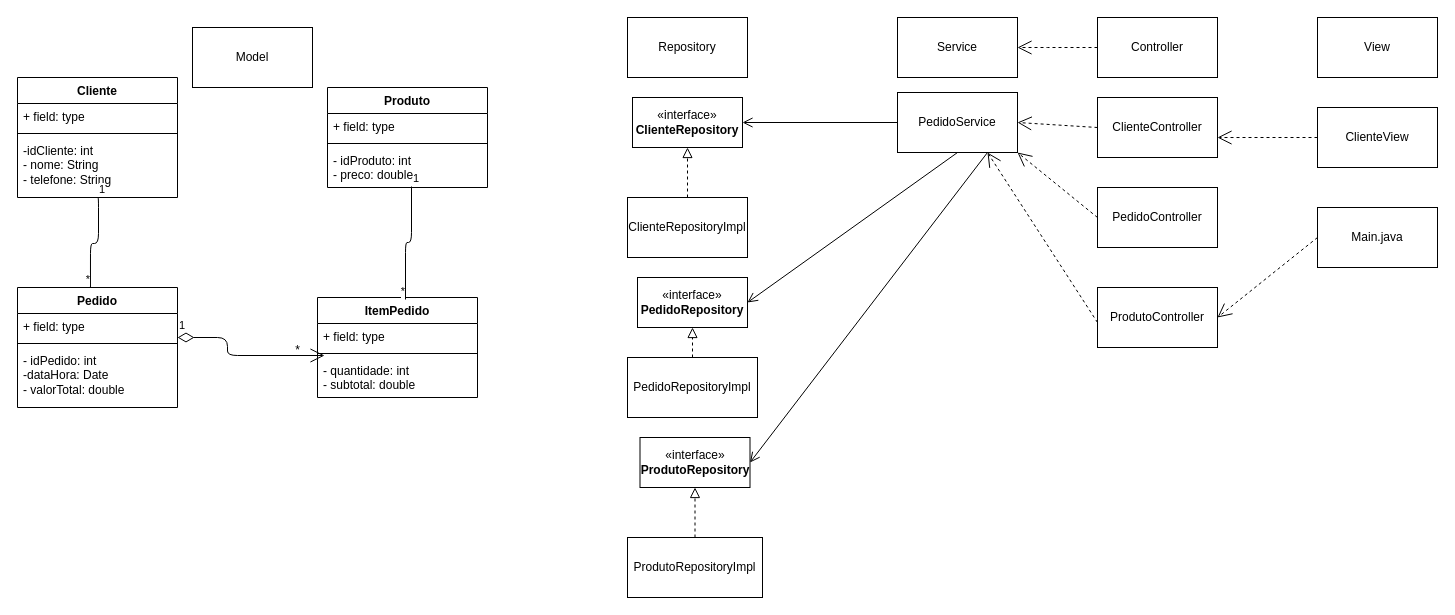
This is target/classes/com/tecdes/pedido/model/LanchoneteDiagrama.drawio from LeonardoDS23/gestor-pedidos-solid-arquivo, a draw.io file, before an edit. Source tidied: cells renumbered, new cells numbered last; positions are measured from the earlier drawing's top-left corner, leaving out a move shared by most shapes. Both pictures are drawn from the tidied source at 100%, with x=0, y=0 at pixel (17, 17).
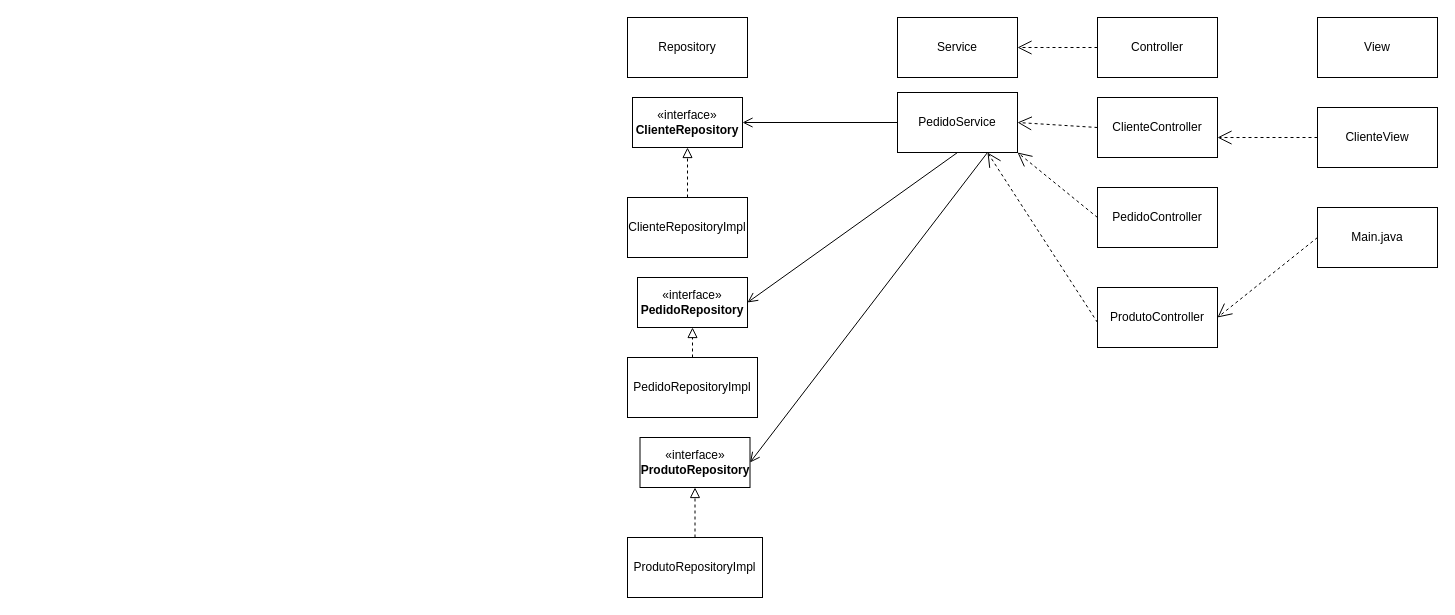
Above is the later version.

Commit message (it also covers changes not shown here):
iniciando o diagrama de caso de uso

The edit, as a diff of the source:
```diff
@@
-    <mxCell id="6" value="Model" style="rounded=0;whiteSpace=wrap;html=1;" parent="1" vertex="1">
-      <mxGeometry x="175" y="10" width="120" height="60" as="geometry" />
-    </mxCell>
-    <mxCell id="7" value="Cliente" style="swimlane;fontStyle=1;align=center;verticalAlign=top;horizontal=1;startSize=26;whiteSpace=wrap;html=1;" parent="1" vertex="1">
-      <mxGeometry y="60" width="160" height="120" as="geometry" />
-    </mxCell>
-    <mxCell id="8" value="+ field: type" style="text;strokeColor=none;fillColor=none;align=left;verticalAlign=top;spacingLeft=4;spacingRight=4;overflow=hidden;whiteSpace=wrap;html=1;" parent="7" vertex="1">
-      <mxGeometry y="26" width="160" height="26" as="geometry" />
-    </mxCell>
-    <mxCell id="9" style="line;strokeWidth=1;fillColor=none;align=left;verticalAlign=middle;spacingTop=-1;spacingLeft=3;spacingRight=3;labelPosition=right;strokeColor=inherit;" parent="7" vertex="1">
-      <mxGeometry y="52" width="160" height="8" as="geometry" />
-    </mxCell>
-    <mxCell id="10" value="-idCliente: int&lt;div&gt;- nome: String&lt;/div&gt;&lt;div&gt;- telefone: String&lt;/div&gt;" style="text;strokeColor=none;fillColor=none;align=left;verticalAlign=top;spacingLeft=4;spacingRight=4;overflow=hidden;whiteSpace=wrap;html=1;" parent="7" vertex="1">
-      <mxGeometry y="60" width="160" height="60" as="geometry" />
-    </mxCell>
-    <mxCell id="11" value="Produto" style="swimlane;fontStyle=1;align=center;verticalAlign=top;horizontal=1;startSize=26;whiteSpace=wrap;html=1;" parent="1" vertex="1">
-      <mxGeometry x="310" y="70" width="160" height="100" as="geometry" />
-    </mxCell>
-    <mxCell id="12" value="+ field: type" style="text;strokeColor=none;fillColor=none;align=left;verticalAlign=top;spacingLeft=4;spacingRight=4;overflow=hidden;whiteSpace=wrap;html=1;" parent="11" vertex="1">
-      <mxGeometry y="26" width="160" height="26" as="geometry" />
-    </mxCell>
-    <mxCell id="13" style="line;strokeWidth=1;fillColor=none;align=left;verticalAlign=middle;spacingTop=-1;spacingLeft=3;spacingRight=3;labelPosition=right;strokeColor=inherit;" parent="11" vertex="1">
-      <mxGeometry y="52" width="160" height="8" as="geometry" />
-    </mxCell>
-    <mxCell id="14" value="- idProduto: int&lt;div&gt;- preco: double&lt;/div&gt;" style="text;strokeColor=none;fillColor=none;align=left;verticalAlign=top;spacingLeft=4;spacingRight=4;overflow=hidden;points=[[0,0.5],[1,0.5]];portConstraint=eastwest;whiteSpace=wrap;html=1;" parent="11" vertex="1">
-      <mxGeometry y="60" width="160" height="40" as="geometry" />
-    </mxCell>
-    <mxCell id="15" value="Pedido" style="swimlane;fontStyle=1;align=center;verticalAlign=top;horizontal=1;startSize=26;whiteSpace=wrap;html=1;" parent="1" vertex="1">
-      <mxGeometry y="270" width="160" height="120" as="geometry" />
-    </mxCell>
-    <mxCell id="16" value="+ field: type" style="text;strokeColor=none;fillColor=none;align=left;verticalAlign=top;spacingLeft=4;spacingRight=4;overflow=hidden;whiteSpace=wrap;html=1;" parent="15" vertex="1">
-      <mxGeometry y="26" width="160" height="26" as="geometry" />
-    </mxCell>
-    <mxCell id="17" style="line;strokeWidth=1;fillColor=none;align=left;verticalAlign=middle;spacingTop=-1;spacingLeft=3;spacingRight=3;labelPosition=right;strokeColor=inherit;" parent="15" vertex="1">
-      <mxGeometry y="52" width="160" height="8" as="geometry" />
-    </mxCell>
-    <mxCell id="18" value="- idPedido: int&lt;div&gt;-dataHora: Date&lt;/div&gt;&lt;div&gt;- valorTotal: double&lt;/div&gt;" style="text;strokeColor=none;fillColor=none;align=left;verticalAlign=top;spacingLeft=4;spacingRight=4;overflow=hidden;whiteSpace=wrap;html=1;" parent="15" vertex="1">
-      <mxGeometry y="60" width="160" height="60" as="geometry" />
-    </mxCell>
-    <mxCell id="19" value="ItemPedido" style="swimlane;fontStyle=1;align=center;verticalAlign=top;horizontal=1;startSize=26;whiteSpace=wrap;html=1;" parent="1" vertex="1">
-      <mxGeometry x="300" y="280" width="160" height="100" as="geometry" />
-    </mxCell>
-    <mxCell id="20" value="+ field: type" style="text;strokeColor=none;fillColor=none;align=left;verticalAlign=top;spacingLeft=4;spacingRight=4;overflow=hidden;whiteSpace=wrap;html=1;" parent="19" vertex="1">
-      <mxGeometry y="26" width="160" height="26" as="geometry" />
-    </mxCell>
-    <mxCell id="21" style="line;strokeWidth=1;fillColor=none;align=left;verticalAlign=middle;spacingTop=-1;spacingLeft=3;spacingRight=3;labelPosition=right;points=[];portConstraint=eastwest;strokeColor=inherit;" parent="19" vertex="1">
-      <mxGeometry y="52" width="160" height="8" as="geometry" />
-    </mxCell>
-    <mxCell id="22" value="- quantidade: int&lt;div&gt;- subtotal: double&lt;/div&gt;" style="text;strokeColor=none;fillColor=none;align=left;verticalAlign=top;spacingLeft=4;spacingRight=4;overflow=hidden;whiteSpace=wrap;html=1;" parent="19" vertex="1">
-      <mxGeometry y="60" width="160" height="40" as="geometry" />
-    </mxCell>
-    <mxCell id="23" style="endArrow=none;html=1;edgeStyle=orthogonalEdgeStyle;entryX=0.456;entryY=0;entryDx=0;entryDy=0;entryPerimeter=0;" parent="1" edge="1" target="15">
-      <mxGeometry relative="1" as="geometry">
-        <mxPoint x="80" y="180" as="sourcePoint" />
-        <Array as="points">
-          <mxPoint x="81" y="180" />
-          <mxPoint x="81" y="226" />
-          <mxPoint x="73" y="226" />
-        </Array>
-      </mxGeometry>
-    </mxCell>
-    <mxCell id="24" value="1" style="edgeLabel;html=1;align=left;verticalAlign=bottom;" parent="23" vertex="1">
-      <mxGeometry x="-1" relative="1" as="geometry" />
-    </mxCell>
-    <mxCell id="25" value="*" style="edgeLabel;html=1;align=right;verticalAlign=bottom;" parent="23" vertex="1">
-      <mxGeometry x="1" relative="1" as="geometry" />
-    </mxCell>
-    <mxCell id="26" value="1" style="endArrow=open;html=1;endSize=12;startArrow=diamondThin;startSize=14;startFill=0;edgeStyle=orthogonalEdgeStyle;align=left;verticalAlign=bottom;entryX=0.044;entryY=0.75;entryDx=0;entryDy=0;entryPerimeter=0;" parent="1" edge="1" target="21">
-      <mxGeometry x="-1" y="3" relative="1" as="geometry">
-        <mxPoint x="160" y="320" as="sourcePoint" />
-        <Array as="points">
-          <mxPoint x="210" y="320" />
-          <mxPoint x="210" y="338" />
-        </Array>
-      </mxGeometry>
-    </mxCell>
-    <mxCell id="27" value="*" style="text;html=1;align=center;verticalAlign=middle;strokeColor=none;fillColor=none;" parent="1" vertex="1">
-      <mxGeometry x="265" y="318" width="30" height="30" as="geometry" />
-    </mxCell>
-    <mxCell id="28" style="endArrow=none;html=1;edgeStyle=orthogonalEdgeStyle;entryX=0.55;entryY=0.02;entryDx=0;entryDy=0;entryPerimeter=0;exitX=0.525;exitY=0.975;exitDx=0;exitDy=0;exitPerimeter=0;" parent="1" edge="1" source="14" target="19">
-      <mxGeometry relative="1" as="geometry" />
-    </mxCell>
-    <mxCell id="29" value="1" style="edgeLabel;html=1;align=left;verticalAlign=bottom;" parent="28" vertex="1">
-      <mxGeometry x="-1" relative="1" as="geometry" />
-    </mxCell>
-    <mxCell id="30" value="*" style="edgeLabel;html=1;align=right;verticalAlign=bottom;" parent="28" vertex="1">
-      <mxGeometry x="1" relative="1" as="geometry" />
-    </mxCell>
```
